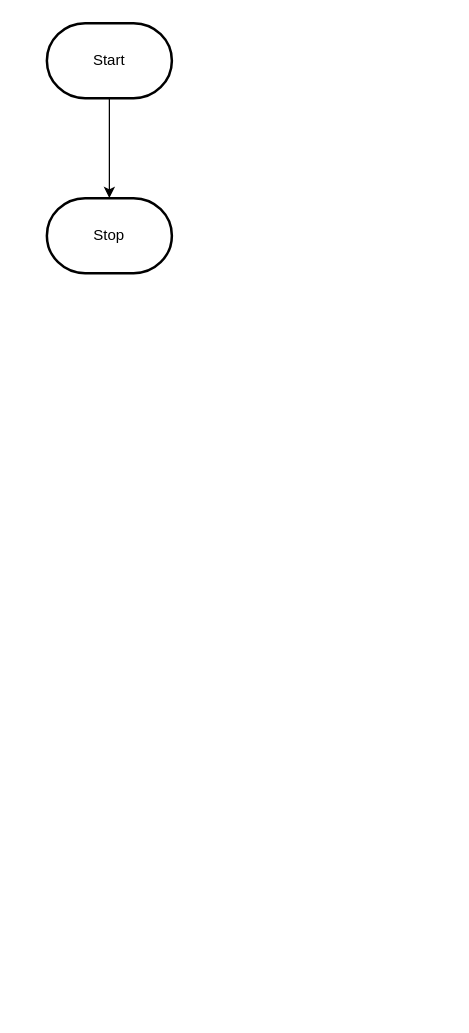
The draw.io diagram design/flowchart.drawio in MTHS-ICD2O-1-2023/ICD2O-Unit-5-02-jinyuzhe-calista-e, before the edit. Source tidied: cells renumbered, new cells numbered last; positions are measured from the earlier drawing's top-left corner, leaving out a move shared by most shapes. Both pictures are drawn from the tidied source at 125%, with x=0, y=0 at pixel (46, 22).
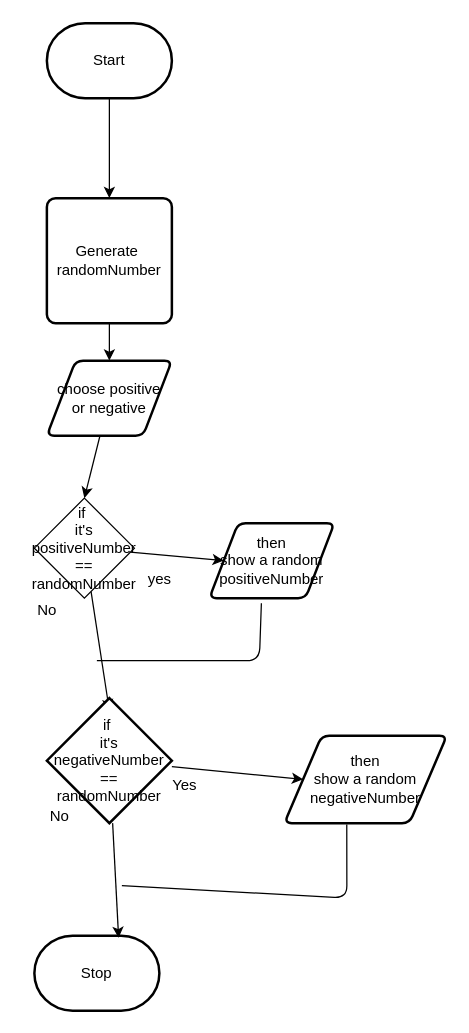
The same diagram, later.

The change refers to these unchanged cells:
```xml
<mxCell id="3" value="Start" style="strokeWidth=2;html=1;shape=mxgraph.flowchart.terminator;whiteSpace=wrap;" parent="1" vertex="1">
  <mxGeometry width="100" height="60" as="geometry" />
</mxCell>
```

Diff of the diagram source:
```diff
@@
-    <mxCell id="2" style="edgeStyle=orthogonalEdgeStyle;html=1;rounded=0;" parent="1" edge="1" source="3" target="4">
-      <mxGeometry relative="1" as="geometry" />
-    </mxCell>
+    <mxCell id="5" style="edgeStyle=none;html=1;entryX=0.5;entryY=0;entryDx=0;entryDy=0;" parent="1" edge="1" source="3" target="7">
+      <mxGeometry relative="1" as="geometry" />
+    </mxCell>
@@
     <mxCell id="4" value="Stop" style="strokeWidth=2;html=1;shape=mxgraph.flowchart.terminator;whiteSpace=wrap;" parent="1" vertex="1">
-      <mxGeometry y="140" width="100" height="60" as="geometry" />
+      <mxGeometry x="-10" y="730" width="100" height="60" as="geometry" />
     </mxCell>
+    <mxCell id="6" style="edgeStyle=none;html=1;" parent="1" edge="1" source="7" target="9">
+      <mxGeometry relative="1" as="geometry" />
+    </mxCell>
+    <mxCell id="7" value="Generate&amp;nbsp;&lt;br&gt;randomNumber" style="rounded=1;whiteSpace=wrap;html=1;absoluteArcSize=1;arcSize=14;strokeWidth=2;" parent="1" vertex="1">
+      <mxGeometry y="140" width="100" height="100" as="geometry" />
+    </mxCell>
+    <mxCell id="8" style="edgeStyle=none;html=1;entryX=0.5;entryY=0;entryDx=0;entryDy=0;" parent="1" edge="1" source="9" target="12">
+      <mxGeometry relative="1" as="geometry" />
+    </mxCell>
+    <mxCell id="9" value="choose positive&lt;br&gt;or negative" style="shape=parallelogram;html=1;strokeWidth=2;perimeter=parallelogramPerimeter;whiteSpace=wrap;rounded=1;arcSize=12;size=0.23;" parent="1" vertex="1">
+      <mxGeometry y="270" width="100" height="60" as="geometry" />
+    </mxCell>
+    <mxCell id="10" style="edgeStyle=none;html=1;entryX=0;entryY=0.5;entryDx=0;entryDy=0;" parent="1" edge="1" source="12" target="15">
+      <mxGeometry relative="1" as="geometry" />
+    </mxCell>
+    <mxCell id="11" style="edgeStyle=none;html=1;entryX=0.5;entryY=0.1;entryDx=0;entryDy=0;entryPerimeter=0;" parent="1" edge="1" source="12" target="18">
+      <mxGeometry relative="1" as="geometry" />
+    </mxCell>
+    <mxCell id="12" value="if&amp;nbsp;&lt;br&gt;it's positiveNumber&lt;br&gt;==&lt;br&gt;randomNumber" style="rhombus;whiteSpace=wrap;html=1;" parent="1" vertex="1">
+      <mxGeometry x="-10" y="380" width="80" height="80" as="geometry" />
+    </mxCell>
+    <mxCell id="13" value="yes" style="text;html=1;align=center;verticalAlign=middle;strokeColor=none;fillColor=none;" parent="1" vertex="1">
+      <mxGeometry x="70" y="430" width="40" height="30" as="geometry" />
+    </mxCell>
+    <mxCell id="14" value="No" style="text;html=1;align=center;verticalAlign=middle;strokeColor=none;fillColor=none;" parent="1" vertex="1">
+      <mxGeometry x="-20" y="455" width="40" height="30" as="geometry" />
+    </mxCell>
+    <mxCell id="15" value="then&lt;br&gt;show a random positiveNumber" style="shape=parallelogram;html=1;strokeWidth=2;perimeter=parallelogramPerimeter;whiteSpace=wrap;rounded=1;arcSize=12;size=0.23;" parent="1" vertex="1">
+      <mxGeometry x="130" y="400" width="100" height="60" as="geometry" />
+    </mxCell>
+    <mxCell id="16" style="edgeStyle=none;html=1;entryX=0.674;entryY=0.03;entryDx=0;entryDy=0;entryPerimeter=0;" parent="1" edge="1" source="18" target="4">
+      <mxGeometry relative="1" as="geometry" />
+    </mxCell>
+    <mxCell id="17" style="edgeStyle=none;html=1;entryX=0;entryY=0.5;entryDx=0;entryDy=0;" parent="1" edge="1" source="18" target="21">
+      <mxGeometry relative="1" as="geometry" />
+    </mxCell>
+    <mxCell id="18" value="if&amp;nbsp;&lt;br&gt;it's&lt;br&gt;negativeNumber&lt;br&gt;==&lt;br&gt;randomNumber" style="strokeWidth=2;html=1;shape=mxgraph.flowchart.decision;whiteSpace=wrap;" parent="1" vertex="1">
+      <mxGeometry y="540" width="100" height="100" as="geometry" />
+    </mxCell>
+    <mxCell id="19" value="No" style="text;html=1;align=center;verticalAlign=middle;strokeColor=none;fillColor=none;" parent="1" vertex="1">
+      <mxGeometry x="-10" y="620" width="40" height="30" as="geometry" />
+    </mxCell>
+    <mxCell id="20" value="Yes" style="text;html=1;align=center;verticalAlign=middle;strokeColor=none;fillColor=none;" parent="1" vertex="1">
+      <mxGeometry x="90" y="595" width="40" height="30" as="geometry" />
+    </mxCell>
+    <mxCell id="21" value="then&lt;br&gt;show a random&lt;br&gt;negativeNumber" style="shape=parallelogram;html=1;strokeWidth=2;perimeter=parallelogramPerimeter;whiteSpace=wrap;rounded=1;arcSize=12;size=0.23;" parent="1" vertex="1">
+      <mxGeometry x="190" y="570" width="130" height="70" as="geometry" />
+    </mxCell>
+    <mxCell id="22" style="endArrow=none;html=1;entryX=0.416;entryY=1.068;entryDx=0;entryDy=0;entryPerimeter=0;" parent="1" edge="1" target="15">
+      <mxGeometry relative="1" as="geometry">
+        <mxPoint x="40" y="510" as="sourcePoint" />
+        <Array as="points">
+          <mxPoint x="170" y="510" />
+        </Array>
+      </mxGeometry>
+    </mxCell>
+    <mxCell id="23" style="endArrow=none;html=1;entryX=0.384;entryY=1.016;entryDx=0;entryDy=0;entryPerimeter=0;" parent="1" edge="1" target="21">
+      <mxGeometry relative="1" as="geometry">
+        <mxPoint x="60" y="690" as="sourcePoint" />
+        <Array as="points">
+          <mxPoint x="240" y="700" />
+        </Array>
+      </mxGeometry>
+    </mxCell>
```
